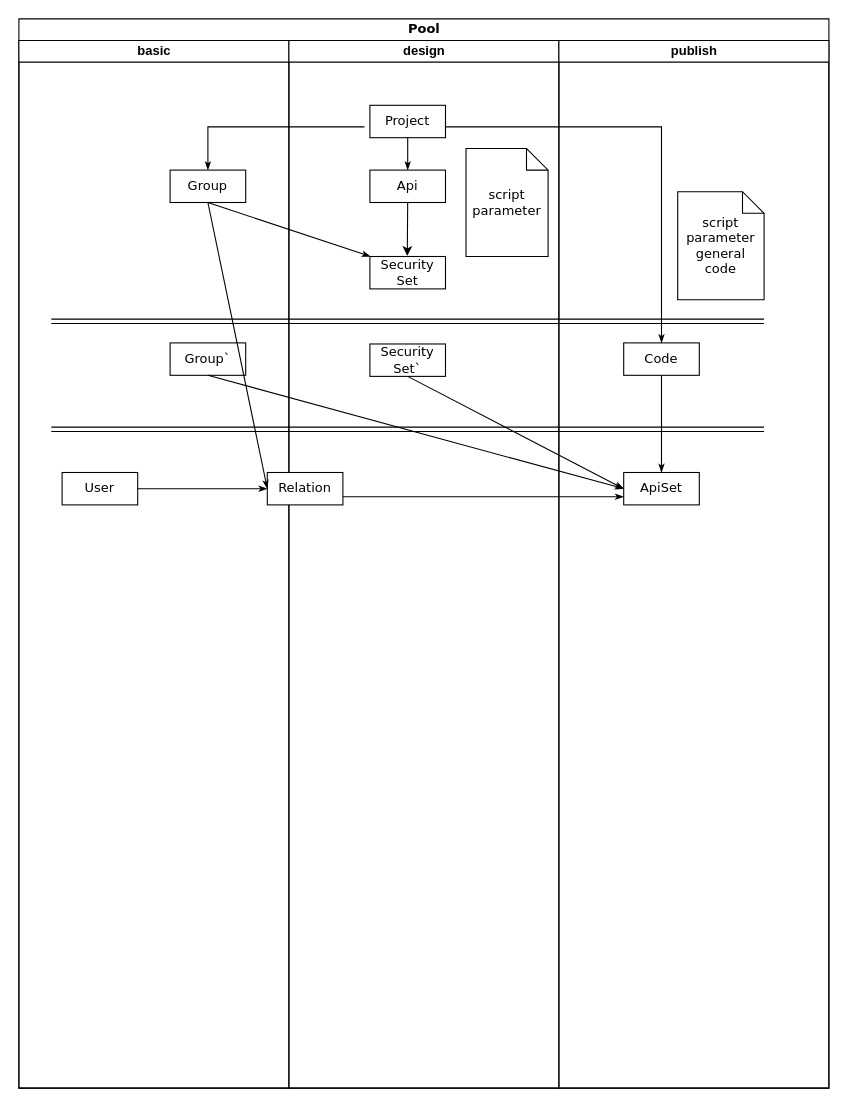
This is Report Diagram.drawio from JohnXu/JohnDiagrams, a draw.io file, before an edit. Source tidied: cells renumbered, new cells numbered last; positions are measured from the earlier drawing's top-left corner, leaving out a move shared by most shapes. Both pictures are drawn from the tidied source at 108%, with x=0, y=0 at pixel (18, 18).
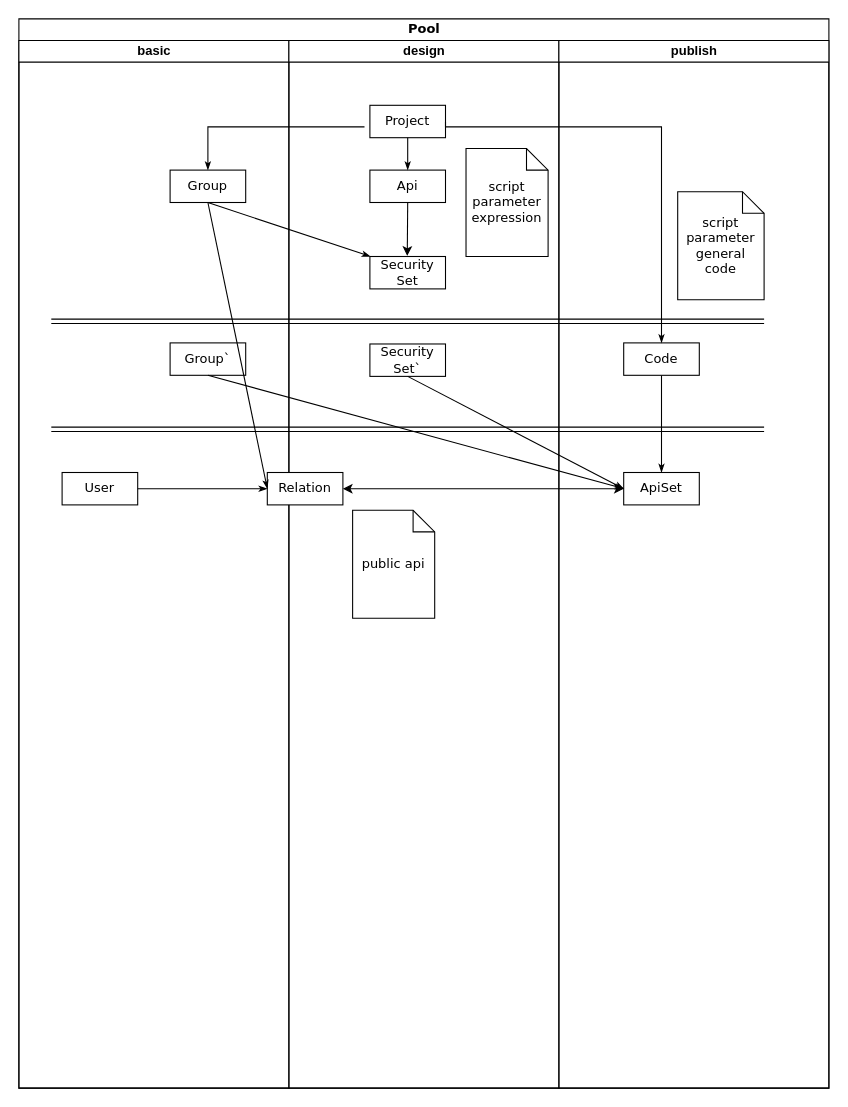
Above is the later version.

The change refers to these unchanged cells:
```xml
<mxCell id="2" value="Pool" style="swimlane;html=1;startSize=20;rounded=0;shadow=0;comic=0;labelBackgroundColor=none;strokeWidth=1;fontFamily=Verdana;fontSize=12;align=center;" parent="1" vertex="1">
  <mxGeometry width="750" height="990" as="geometry" />
</mxCell>
<mxCell id="11" value="design" style="swimlane;html=1;startSize=20;shadow=0;" parent="2" vertex="1">
  <mxGeometry x="250" y="20" width="250" height="970" as="geometry" />
</mxCell>
<mxCell id="16" value="Relation" style="rounded=0;whiteSpace=wrap;html=1;shadow=0;comic=0;labelBackgroundColor=none;strokeWidth=1;fontFamily=Verdana;fontSize=12;align=center;arcSize=50;" parent="11" vertex="1">
  <mxGeometry x="-20" y="400" width="70" height="30" as="geometry" />
</mxCell>
<mxCell id="22" value="ApiSet" style="rounded=0;whiteSpace=wrap;html=1;shadow=0;comic=0;labelBackgroundColor=none;strokeWidth=1;fontFamily=Verdana;fontSize=12;align=center;arcSize=50;" parent="20" vertex="1">
  <mxGeometry x="60" y="400" width="70" height="30" as="geometry" />
</mxCell>
```

The edit, as a diff of the source:
```diff
@@
-    <mxCell id="19" value="script&lt;br&gt;parameter" style="shape=note;whiteSpace=wrap;html=1;rounded=0;shadow=0;comic=0;labelBackgroundColor=none;strokeWidth=1;fontFamily=Verdana;fontSize=12;align=center;size=20;" parent="11" vertex="1">
+    <mxCell id="19" value="script&lt;br&gt;parameter&lt;br&gt;expression" style="shape=note;whiteSpace=wrap;html=1;rounded=0;shadow=0;comic=0;labelBackgroundColor=none;strokeWidth=1;fontFamily=Verdana;fontSize=12;align=center;size=20;" parent="11" vertex="1">
       <mxGeometry x="164" y="100" width="76" height="100" as="geometry" />
     </mxCell>
+    <mxCell id="31" value="public api" style="shape=note;whiteSpace=wrap;html=1;rounded=0;shadow=0;comic=0;labelBackgroundColor=none;strokeWidth=1;fontFamily=Verdana;fontSize=12;align=center;size=20;" parent="11" vertex="1">
+      <mxGeometry x="59" y="435" width="76" height="100" as="geometry" />
+    </mxCell>
@@
-    <mxCell id="30" style="rounded=0;html=1;labelBackgroundColor=none;startArrow=none;startFill=0;startSize=5;endArrow=classicThin;endFill=1;endSize=5;jettySize=auto;strokeWidth=1;fontFamily=Verdana;fontSize=12;exitX=1;exitY=0.75;exitDx=0;exitDy=0;entryX=0;entryY=0.75;entryDx=0;entryDy=0;" parent="2" edge="1" source="16" target="22">
+    <mxCell id="30" style="endArrow=classic;startArrow=classic;html=1;rounded=0;exitX=1;exitY=0.5;exitDx=0;exitDy=0;entryX=0;entryY=0.5;entryDx=0;entryDy=0;" parent="2" edge="1" source="16" target="22">
       <mxGeometry relative="1" as="geometry" />
     </mxCell>
```
